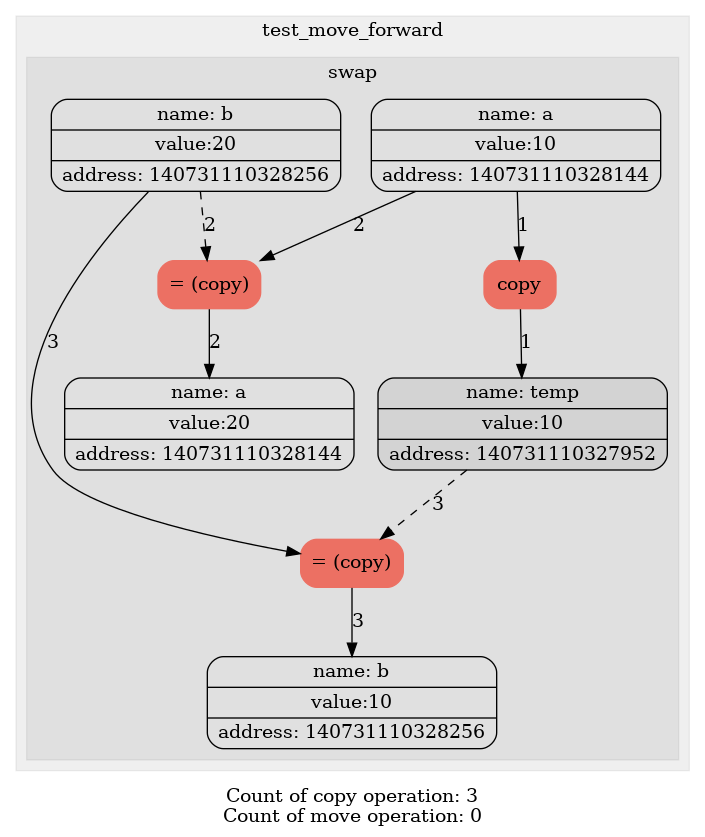
Above: diagrams/simple_swap.png in levasemin/Move_Semantic (Graphviz), before the change. Its source is kept beside it as diagrams/simple_swap.dot.
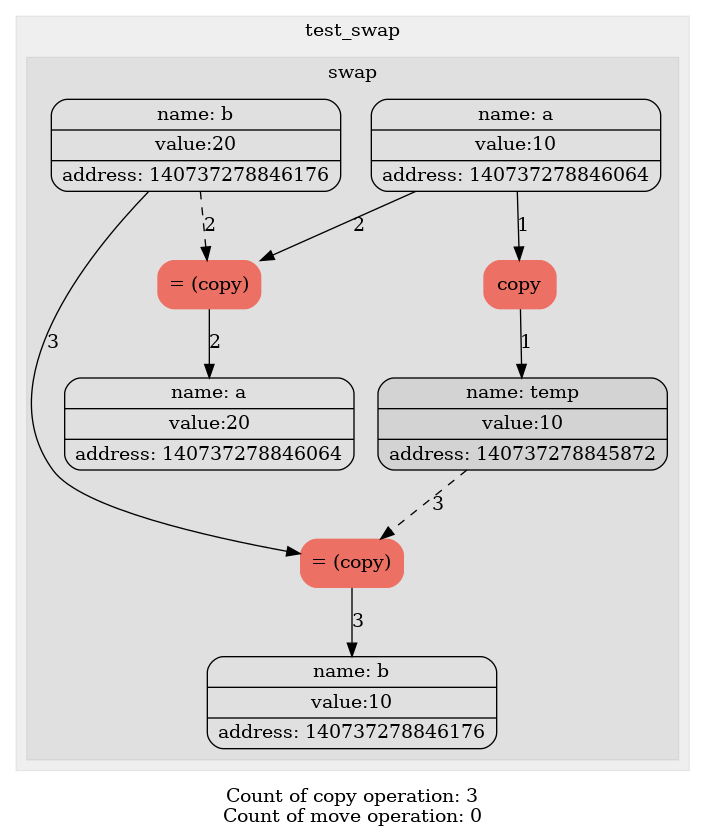
The same diagram one commit later.

Diff of the diagram source:
```diff
@@ -3,31 +3,31 @@
 node[shape=Mrecord];
 
 subgraph "cluster_0" {
-label = test_move_forward;
+label = test_swap;
 style= filled
 color = "#00000010";
-1[label="{ {name: tmp0} | {value:10} | {address: 140731110328144}} " color=""style=""];
-1[label="{ {name: a} | {value:10} | {address: 140731110328144}} " color=""style=""];
-2[label="{ {name: tmp1} | {value:20} | {address: 140731110328256}} " color=""style=""];
-2[label="{ {name: b} | {value:20} | {address: 140731110328256}} " color=""style=""];
+1[label="{ {name: tmp0} | {value:10} | {address: 140737278846064}} " color=""style=""];
+1[label="{ {name: a} | {value:10} | {address: 140737278846064}} " color=""style=""];
+2[label="{ {name: tmp1} | {value:20} | {address: 140737278846176}} " color=""style=""];
+2[label="{ {name: b} | {value:20} | {address: 140737278846176}} " color=""style=""];
 subgraph "cluster_1" {
 label = swap;
 style= filled
 color = "#00000010";
 3[label="copy" color = "#EC7063" style = "filled"];
 edge[style = "" color = ""label = "1"]1->3;
-4[label="{ {name: tmp2} | {value:10} | {address: 140731110327952}} " color=""style="filled"];
+4[label="{ {name: tmp2} | {value:10} | {address: 140737278845872}} " color=""style="filled"];
 edge[style = "" color = ""label = "1"]3->4;
-4[label="{ {name: temp} | {value:10} | {address: 140731110327952}} " color=""style="filled"];
+4[label="{ {name: temp} | {value:10} | {address: 140737278845872}} " color=""style="filled"];
 5[label="= (copy)" color = "#EC7063" style = "filled"];
 edge[style = "" color = ""label = "2"]1->5;
 edge[style = "dashed" color = ""label = "2"]2->5;
-6[label="{ {name: a} | {value:20} | {address: 140731110328144}} " color=""style=""];
+6[label="{ {name: a} | {value:20} | {address: 140737278846064}} " color=""style=""];
 edge[style = "" color = ""label = "2"]5->6;
 7[label="= (copy)" color = "#EC7063" style = "filled"];
 edge[style = "" color = ""label = "3"]2->7;
 edge[style = "dashed" color = ""label = "3"]4->7;
-8[label="{ {name: b} | {value:10} | {address: 140731110328256}} " color=""style=""];
+8[label="{ {name: b} | {value:10} | {address: 140737278846176}} " color=""style=""];
 edge[style = "" color = ""label = "3"]7->8;
 }
 }
```
